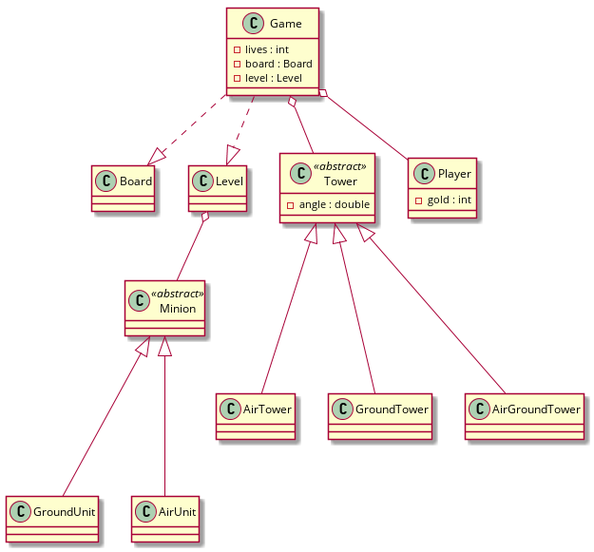
The PlantUML diagram class-diagram.png in sumnerevans/angle-defense, before a commit. Source of this version:
```plantuml
@startuml
class Game {
    - lives : int
    - board : Board
    - level : Level
}

Game ..|> Board
Game ..|> Level
Game o-- Tower
Game o-- Player

class Level {

}
Level o-- Minion

class Board {
}

class Minion << abstract >> {

}

Minion <|--- GroundUnit
Minion <|--- AirUnit

class GroundUnit {

}

class AirUnit {

}

class Tower << abstract >> {
    - angle : double
}

Tower <|--- AirTower
Tower <|--- GroundTower
Tower <|--- AirGroundTower

class AirTower {

}

class GroundTower {

}

class AirGroundTower {

}

class Player {
    - gold : int
    -
}

@enduml
```
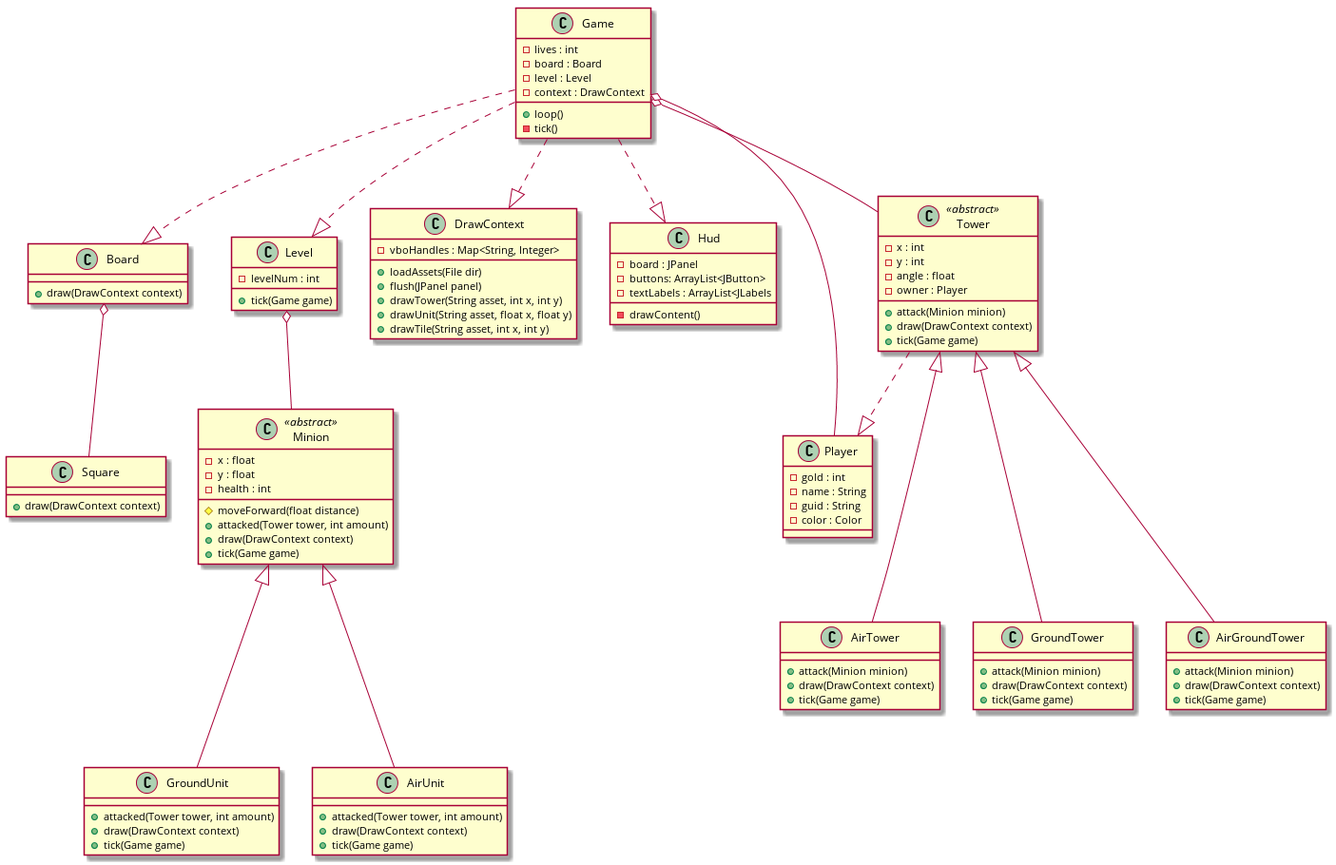
Later version of the same file.

Commit message:
Finished UML

What changed in the source:
```diff
@@ -3,59 +3,114 @@
     - lives : int
     - board : Board
     - level : Level
+    - context : DrawContext
+    + loop()
+    - tick()
 }
 
 Game ..|> Board
 Game ..|> Level
+Game ..|> DrawContext
+Game ..|> Hud
 Game o-- Tower
 Game o-- Player
 
+class DrawContext {
+    - vboHandles : Map<String, Integer>
+    + loadAssets(File dir)
+    + flush(JPanel panel)
+    + drawTower(String asset, int x, int y)
+    + drawUnit(String asset, float x, float y)
+    + drawTile(String asset, int x, int y)
+}
+
+class Hud {
+    - board : JPanel
+    - buttons: ArrayList<JButton>
+    - textLabels : ArrayList<JLabels
+    - drawContent()
+}
+
 class Level {
+    - levelNum : int
+    + tick(Game game)
+}
 
-}
 Level o-- Minion
 
 class Board {
+    + draw(DrawContext context)
+}
+
+Board o-- Square
+
+class Square {
+    + draw(DrawContext context)
 }
 
 class Minion << abstract >> {
-
+    - x : float
+    - y : float
+    - health : int
+    # moveForward(float distance)
+    + attacked(Tower tower, int amount)
+    + draw(DrawContext context)
+    + tick(Game game)
 }
 
 Minion <|--- GroundUnit
 Minion <|--- AirUnit
 
 class GroundUnit {
-
+    + attacked(Tower tower, int amount)
+    + draw(DrawContext context)
+    + tick(Game game)
 }
 
 class AirUnit {
-
+    + attacked(Tower tower, int amount)
+    + draw(DrawContext context)
+    + tick(Game game)
 }
 
 class Tower << abstract >> {
-    - angle : double
+    - x : int
+    - y : int
+    - angle : float
+    - owner : Player
+    + attack(Minion minion)
+    + draw(DrawContext context)
+    + tick(Game game)
 }
 
+Tower ..|> Player
 Tower <|--- AirTower
 Tower <|--- GroundTower
 Tower <|--- AirGroundTower
 
 class AirTower {
-
+    + attack(Minion minion)
+    + draw(DrawContext context)
+    + tick(Game game)
 }
 
 class GroundTower {
-
+    + attack(Minion minion)
+    + draw(DrawContext context)
+    + tick(Game game)
 }
 
 class AirGroundTower {
-
+    + attack(Minion minion)
+    + draw(DrawContext context)
+    + tick(Game game)
 }
 
 class Player {
     - gold : int
-    -
+    - name : String
+    - guid : String
+    - color : Color
 }
 
 @enduml
```
